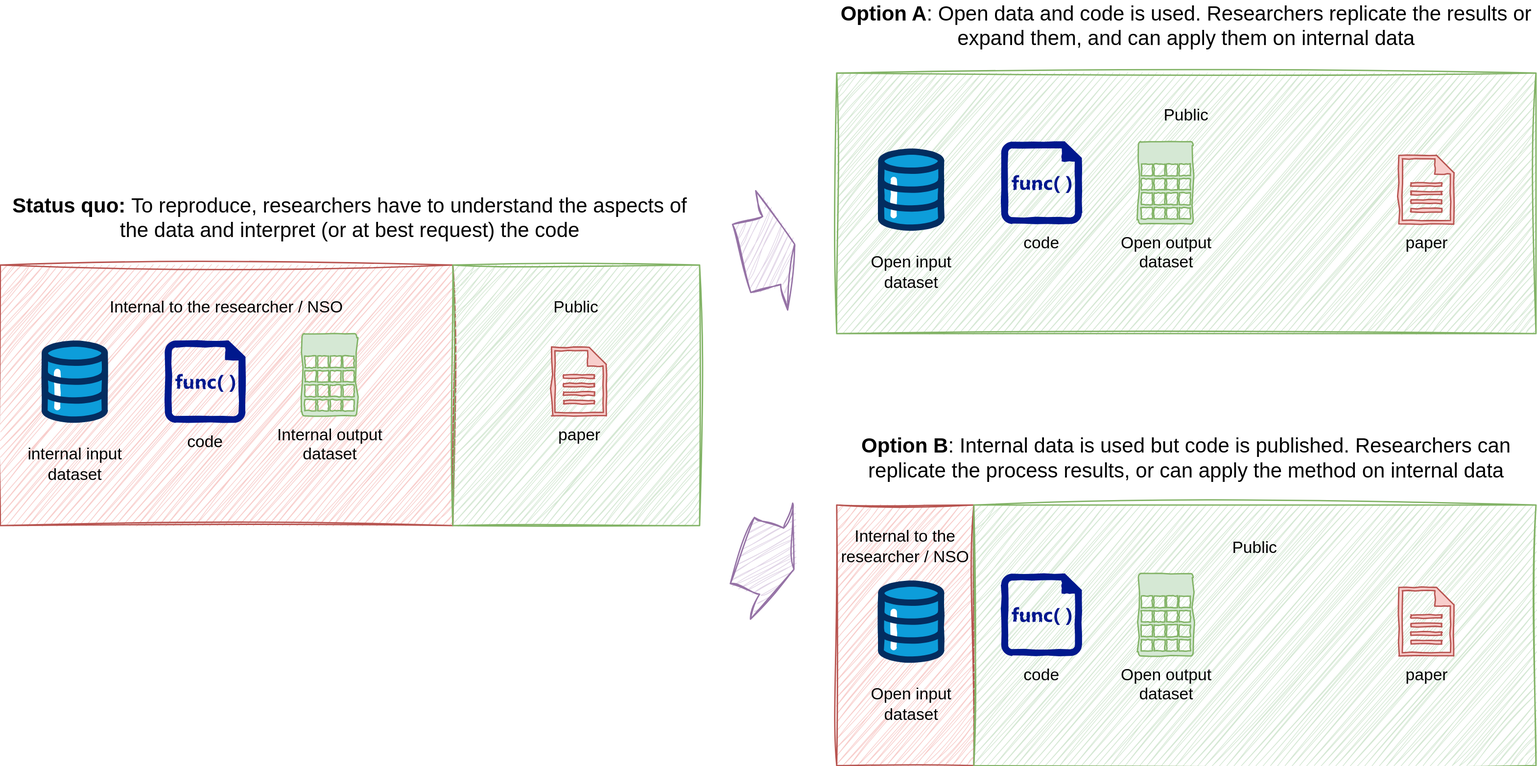
Above: docs/images/reserarch-objects-shifting-the-paradigm.svg in UN-Task-Team-for-Scanner-Data/reproducibility-project (draw.io), before the change. Source tidied: cells renumbered, new cells last; positions are measured from the earlier drawing's top-left corner, leaving out a move shared by most shapes.
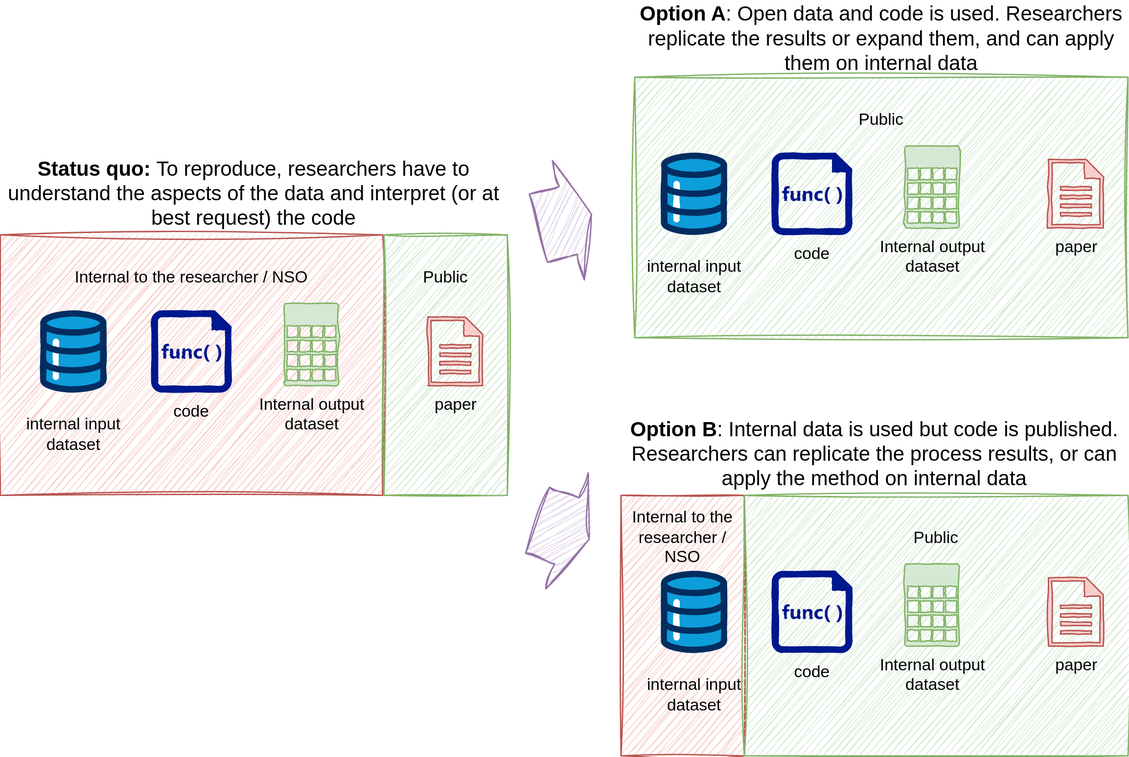
Later version of the same file.

Diff of the diagram source:
```diff
@@ -2,71 +2,71 @@
   <root>
     <mxCell id="0" />
     <mxCell id="1" parent="0" />
-    <mxCell id="2" value="Internal to the researcher / NSO&lt;div&gt;&lt;br&gt;&lt;/div&gt;&lt;div&gt;&lt;br&gt;&lt;/div&gt;&lt;div&gt;&lt;br&gt;&lt;/div&gt;&lt;div&gt;&lt;br&gt;&lt;/div&gt;&lt;div&gt;&lt;br&gt;&lt;/div&gt;&lt;div&gt;&lt;br&gt;&lt;/div&gt;&lt;div&gt;&lt;br&gt;&lt;/div&gt;&lt;div&gt;&lt;br&gt;&lt;/div&gt;&lt;div&gt;&lt;br&gt;&lt;/div&gt;" style="rounded=0;whiteSpace=wrap;html=1;fillColor=#f8cecc;strokeColor=#b85450;sketch=1;curveFitting=1;jiggle=2;sketchStyle=rough;" parent="1" vertex="1">
-      <mxGeometry x="610" y="365" width="100" height="190" as="geometry" />
-    </mxCell>
     <mxCell id="3" value="Internal to the researcher / NSO&lt;div&gt;&lt;br&gt;&lt;/div&gt;&lt;div&gt;&lt;br&gt;&lt;/div&gt;&lt;div&gt;&lt;br&gt;&lt;/div&gt;&lt;div&gt;&lt;br&gt;&lt;/div&gt;&lt;div&gt;&lt;br&gt;&lt;/div&gt;&lt;div&gt;&lt;br&gt;&lt;/div&gt;&lt;div&gt;&lt;br&gt;&lt;/div&gt;&lt;div&gt;&lt;br&gt;&lt;/div&gt;&lt;div&gt;&lt;br&gt;&lt;/div&gt;" style="rounded=0;whiteSpace=wrap;html=1;fillColor=#f8cecc;strokeColor=#b85450;sketch=1;curveFitting=1;jiggle=2;sketchStyle=rough;" parent="1" vertex="1">
-      <mxGeometry y="190" width="330" height="190" as="geometry" />
+      <mxGeometry x="157" y="190" width="279" height="190" as="geometry" />
     </mxCell>
     <mxCell id="4" value="Public&lt;div&gt;&lt;br&gt;&lt;/div&gt;&lt;div&gt;&lt;br&gt;&lt;/div&gt;&lt;div&gt;&lt;br&gt;&lt;/div&gt;&lt;div&gt;&lt;br&gt;&lt;/div&gt;&lt;div&gt;&lt;br&gt;&lt;/div&gt;&lt;div&gt;&lt;br&gt;&lt;/div&gt;&lt;div&gt;&lt;br&gt;&lt;/div&gt;&lt;div&gt;&lt;br&gt;&lt;/div&gt;&lt;div&gt;&lt;br&gt;&lt;/div&gt;" style="rounded=0;whiteSpace=wrap;html=1;fillColor=#d5e8d4;strokeColor=#82b366;sketch=1;curveFitting=1;jiggle=2;sketchStyle=rough;" parent="1" vertex="1">
-      <mxGeometry x="330" y="190" width="180" height="190" as="geometry" />
+      <mxGeometry x="437" y="190" width="90" height="190" as="geometry" />
     </mxCell>
     <mxCell id="5" value="paper" style="shadow=0;dashed=0;html=1;strokeColor=#b85450;labelPosition=center;verticalLabelPosition=bottom;verticalAlign=top;align=center;fillColor=#f8cecc;shape=mxgraph.mscae.enterprise.document;sketch=1;curveFitting=1;jiggle=2;sketchStyle=comic;" parent="1" vertex="1">
-      <mxGeometry x="402" y="250" width="40" height="50" as="geometry" />
+      <mxGeometry x="469" y="250" width="40" height="50" as="geometry" />
     </mxCell>
     <mxCell id="6" value="code" style="shadow=0;dashed=0;html=1;strokeColor=none;labelPosition=center;verticalLabelPosition=bottom;verticalAlign=top;align=center;fillColor=#00188D;shape=mxgraph.mscae.enterprise.code_file;sketch=1;curveFitting=1;jiggle=2;sketchStyle=comic;" parent="1" vertex="1">
-      <mxGeometry x="120" y="245" width="58.8" height="60" as="geometry" />
+      <mxGeometry x="267" y="245" width="58.8" height="60" as="geometry" />
     </mxCell>
     <mxCell id="7" value="internal input &lt;br&gt;dataset" style="verticalLabelPosition=bottom;html=1;shape=mxgraph.salesforce.data;sketch=1;curveFitting=1;jiggle=2;sketchStyle=comic;" parent="1" vertex="1">
-      <mxGeometry x="30" y="245" width="48.6" height="60" as="geometry" />
+      <mxGeometry x="186" y="245" width="48.6" height="60" as="geometry" />
     </mxCell>
     <mxCell id="8" value="Internal output &lt;br&gt;dataset" style="verticalLabelPosition=bottom;html=1;verticalAlign=top;align=center;strokeColor=#82b366;fillColor=#d5e8d4;shape=mxgraph.azure.storage;sketch=1;curveFitting=1;jiggle=2;sketchStyle=comic;" parent="1" vertex="1">
-      <mxGeometry x="220" y="240" width="40" height="60" as="geometry" />
+      <mxGeometry x="364" y="240" width="40" height="60" as="geometry" />
     </mxCell>
-    <mxCell id="9" value="Public&lt;div&gt;&lt;br&gt;&lt;/div&gt;&lt;div&gt;&lt;br&gt;&lt;/div&gt;&lt;div&gt;&lt;br&gt;&lt;/div&gt;&lt;div&gt;&lt;br&gt;&lt;/div&gt;&lt;div&gt;&lt;br&gt;&lt;/div&gt;&lt;div&gt;&lt;br&gt;&lt;/div&gt;&lt;div&gt;&lt;br&gt;&lt;/div&gt;&lt;div&gt;&lt;br&gt;&lt;/div&gt;&lt;div&gt;&lt;br&gt;&lt;/div&gt;" style="rounded=0;whiteSpace=wrap;html=1;fillColor=#d5e8d4;strokeColor=#82b366;sketch=1;curveFitting=1;jiggle=2;sketchStyle=rough;" parent="1" vertex="1">
-      <mxGeometry x="610" y="50" width="510" height="190" as="geometry" />
-    </mxCell>
-    <mxCell id="10" value="paper" style="shadow=0;dashed=0;html=1;strokeColor=#b85450;labelPosition=center;verticalLabelPosition=bottom;verticalAlign=top;align=center;fillColor=#f8cecc;shape=mxgraph.mscae.enterprise.document;sketch=1;curveFitting=1;jiggle=2;sketchStyle=comic;" parent="1" vertex="1">
-      <mxGeometry x="1020" y="110" width="40" height="50" as="geometry" />
-    </mxCell>
-    <mxCell id="11" value="code" style="shadow=0;dashed=0;html=1;strokeColor=none;labelPosition=center;verticalLabelPosition=bottom;verticalAlign=top;align=center;fillColor=#00188D;shape=mxgraph.mscae.enterprise.code_file;sketch=1;curveFitting=1;jiggle=2;sketchStyle=comic;" parent="1" vertex="1">
-      <mxGeometry x="730" y="100" width="58.8" height="60" as="geometry" />
-    </mxCell>
-    <mxCell id="12" value="Open input &lt;br&gt;dataset" style="verticalLabelPosition=bottom;html=1;shape=mxgraph.salesforce.data;sketch=1;curveFitting=1;jiggle=2;sketchStyle=comic;" parent="1" vertex="1">
-      <mxGeometry x="640" y="105" width="48.6" height="60" as="geometry" />
-    </mxCell>
-    <mxCell id="13" value="Open output &lt;br&gt;dataset" style="verticalLabelPosition=bottom;html=1;verticalAlign=top;align=center;strokeColor=#82b366;fillColor=#d5e8d4;shape=mxgraph.azure.storage;sketch=1;curveFitting=1;jiggle=2;sketchStyle=comic;" parent="1" vertex="1">
-      <mxGeometry x="830" y="100" width="40" height="60" as="geometry" />
-    </mxCell>
     <mxCell id="14" style="shape=singleArrow;whiteSpace=wrap;html=1;arrowWidth=0.5703708224826389;arrowSize=0.433331298828125;fillColor=#e1d5e7;strokeColor=#9673a6;sketch=1;curveFitting=1;jiggle=2;sketchStyle=rough;rotation=-15;" parent="1" vertex="1">
-      <mxGeometry x="540" y="135" width="40" height="90" as="geometry" />
+      <mxGeometry x="549" y="135" width="40" height="90" as="geometry" />
     </mxCell>
     <mxCell id="15" value="&lt;b&gt;Status quo: &lt;/b&gt;To reproduce, researchers have to understand the aspects of the data and interpret (or at best request) the code" style="text;html=1;align=center;verticalAlign=middle;whiteSpace=wrap;rounded=0;fontSize=15;" parent="1" vertex="1">
-      <mxGeometry y="140" width="510" height="30" as="geometry" />
+      <mxGeometry x="157" y="134" width="370" height="50" as="geometry" />
     </mxCell>
     <mxCell id="16" value="&lt;b&gt;Option A&lt;/b&gt;: Open data and code is used. Researchers replicate the results or expand them, and can apply them on internal data" style="text;html=1;align=center;verticalAlign=middle;whiteSpace=wrap;rounded=0;fontSize=15;" parent="1" vertex="1">
-      <mxGeometry x="610" width="510" height="30" as="geometry" />
+      <mxGeometry x="620" y="20" width="360" height="51" as="geometry" />
     </mxCell>
-    <mxCell id="17" value="Public&lt;div&gt;&lt;br&gt;&lt;/div&gt;&lt;div&gt;&lt;br&gt;&lt;/div&gt;&lt;div&gt;&lt;br&gt;&lt;/div&gt;&lt;div&gt;&lt;br&gt;&lt;/div&gt;&lt;div&gt;&lt;br&gt;&lt;/div&gt;&lt;div&gt;&lt;br&gt;&lt;/div&gt;&lt;div&gt;&lt;br&gt;&lt;/div&gt;&lt;div&gt;&lt;br&gt;&lt;/div&gt;&lt;div&gt;&lt;br&gt;&lt;/div&gt;" style="rounded=0;whiteSpace=wrap;html=1;fillColor=#d5e8d4;strokeColor=#82b366;sketch=1;curveFitting=1;jiggle=2;sketchStyle=rough;" parent="1" vertex="1">
-      <mxGeometry x="710" y="365" width="410" height="190" as="geometry" />
-    </mxCell>
-    <mxCell id="18" value="paper" style="shadow=0;dashed=0;html=1;strokeColor=#b85450;labelPosition=center;verticalLabelPosition=bottom;verticalAlign=top;align=center;fillColor=#f8cecc;shape=mxgraph.mscae.enterprise.document;sketch=1;curveFitting=1;jiggle=2;sketchStyle=comic;" parent="1" vertex="1">
-      <mxGeometry x="1020" y="425" width="40" height="50" as="geometry" />
-    </mxCell>
-    <mxCell id="19" value="code" style="shadow=0;dashed=0;html=1;strokeColor=none;labelPosition=center;verticalLabelPosition=bottom;verticalAlign=top;align=center;fillColor=#00188D;shape=mxgraph.mscae.enterprise.code_file;sketch=1;curveFitting=1;jiggle=2;sketchStyle=comic;" parent="1" vertex="1">
-      <mxGeometry x="730" y="415" width="58.8" height="60" as="geometry" />
-    </mxCell>
-    <mxCell id="20" value="Open input &lt;br&gt;dataset" style="verticalLabelPosition=bottom;html=1;shape=mxgraph.salesforce.data;sketch=1;curveFitting=1;jiggle=2;sketchStyle=comic;" parent="1" vertex="1">
-      <mxGeometry x="640" y="420" width="48.6" height="60" as="geometry" />
-    </mxCell>
-    <mxCell id="21" value="Open output &lt;br&gt;dataset" style="verticalLabelPosition=bottom;html=1;verticalAlign=top;align=center;strokeColor=#82b366;fillColor=#d5e8d4;shape=mxgraph.azure.storage;sketch=1;curveFitting=1;jiggle=2;sketchStyle=comic;" parent="1" vertex="1">
-      <mxGeometry x="830" y="415" width="40" height="60" as="geometry" />
-    </mxCell>
     <mxCell id="22" value="&lt;b&gt;Option B&lt;/b&gt;: Internal data is used but code is published. Researchers can replicate the process results, or can apply the method on internal data" style="text;html=1;align=center;verticalAlign=middle;whiteSpace=wrap;rounded=0;fontSize=15;" parent="1" vertex="1">
-      <mxGeometry x="610" y="315" width="510" height="30" as="geometry" />
+      <mxGeometry x="610" y="319" width="370" height="60" as="geometry" />
     </mxCell>
     <mxCell id="23" style="shape=singleArrow;whiteSpace=wrap;html=1;arrowWidth=0.5703708224826389;arrowSize=0.433331298828125;fillColor=#e1d5e7;strokeColor=#9673a6;sketch=1;curveFitting=1;jiggle=2;sketchStyle=rough;rotation=20;" parent="1" vertex="1">
-      <mxGeometry x="540" y="360" width="40" height="90" as="geometry" />
+      <mxGeometry x="548" y="360" width="40" height="90" as="geometry" />
     </mxCell>
+    <mxCell id="24" value="Public&lt;div&gt;&lt;br&gt;&lt;/div&gt;&lt;div&gt;&lt;br&gt;&lt;/div&gt;&lt;div&gt;&lt;br&gt;&lt;/div&gt;&lt;div&gt;&lt;br&gt;&lt;/div&gt;&lt;div&gt;&lt;br&gt;&lt;/div&gt;&lt;div&gt;&lt;br&gt;&lt;/div&gt;&lt;div&gt;&lt;br&gt;&lt;/div&gt;&lt;div&gt;&lt;br&gt;&lt;/div&gt;&lt;div&gt;&lt;br&gt;&lt;/div&gt;" style="rounded=0;whiteSpace=wrap;html=1;fillColor=#d5e8d4;strokeColor=#82b366;sketch=1;curveFitting=1;jiggle=2;sketchStyle=rough;" parent="1" vertex="1">
+      <mxGeometry x="620" y="75" width="360" height="190" as="geometry" />
+    </mxCell>
+    <mxCell id="25" value="paper" style="shadow=0;dashed=0;html=1;strokeColor=#b85450;labelPosition=center;verticalLabelPosition=bottom;verticalAlign=top;align=center;fillColor=#f8cecc;shape=mxgraph.mscae.enterprise.document;sketch=1;curveFitting=1;jiggle=2;sketchStyle=comic;" parent="1" vertex="1">
+      <mxGeometry x="922" y="135" width="40" height="50" as="geometry" />
+    </mxCell>
+    <mxCell id="26" value="code" style="shadow=0;dashed=0;html=1;strokeColor=none;labelPosition=center;verticalLabelPosition=bottom;verticalAlign=top;align=center;fillColor=#00188D;shape=mxgraph.mscae.enterprise.code_file;sketch=1;curveFitting=1;jiggle=2;sketchStyle=comic;" parent="1" vertex="1">
+      <mxGeometry x="720" y="130" width="58.8" height="60" as="geometry" />
+    </mxCell>
+    <mxCell id="27" value="internal input &lt;br&gt;dataset" style="verticalLabelPosition=bottom;html=1;shape=mxgraph.salesforce.data;sketch=1;curveFitting=1;jiggle=2;sketchStyle=comic;" parent="1" vertex="1">
+      <mxGeometry x="639" y="130" width="48.6" height="60" as="geometry" />
+    </mxCell>
+    <mxCell id="28" value="Internal output &lt;br&gt;dataset" style="verticalLabelPosition=bottom;html=1;verticalAlign=top;align=center;strokeColor=#82b366;fillColor=#d5e8d4;shape=mxgraph.azure.storage;sketch=1;curveFitting=1;jiggle=2;sketchStyle=comic;" parent="1" vertex="1">
+      <mxGeometry x="817" y="125" width="40" height="60" as="geometry" />
+    </mxCell>
+    <mxCell id="2" value="Internal to the researcher / NSO&lt;div&gt;&lt;br&gt;&lt;/div&gt;&lt;div&gt;&lt;br&gt;&lt;/div&gt;&lt;div&gt;&lt;br&gt;&lt;/div&gt;&lt;div&gt;&lt;br&gt;&lt;/div&gt;&lt;div&gt;&lt;br&gt;&lt;/div&gt;&lt;div&gt;&lt;br&gt;&lt;/div&gt;&lt;div&gt;&lt;br&gt;&lt;/div&gt;&lt;div&gt;&lt;br&gt;&lt;/div&gt;&lt;div&gt;&lt;br&gt;&lt;/div&gt;" style="rounded=0;whiteSpace=wrap;html=1;fillColor=#f8cecc;strokeColor=#b85450;sketch=1;curveFitting=1;jiggle=2;sketchStyle=rough;" parent="1" vertex="1">
+      <mxGeometry x="610" y="380" width="90" height="190" as="geometry" />
+    </mxCell>
+    <mxCell id="29" value="Public&lt;div&gt;&lt;br&gt;&lt;/div&gt;&lt;div&gt;&lt;br&gt;&lt;/div&gt;&lt;div&gt;&lt;br&gt;&lt;/div&gt;&lt;div&gt;&lt;br&gt;&lt;/div&gt;&lt;div&gt;&lt;br&gt;&lt;/div&gt;&lt;div&gt;&lt;br&gt;&lt;/div&gt;&lt;div&gt;&lt;br&gt;&lt;/div&gt;&lt;div&gt;&lt;br&gt;&lt;/div&gt;&lt;div&gt;&lt;br&gt;&lt;/div&gt;" style="rounded=0;whiteSpace=wrap;html=1;fillColor=#d5e8d4;strokeColor=#82b366;sketch=1;curveFitting=1;jiggle=2;sketchStyle=rough;" parent="1" vertex="1">
+      <mxGeometry x="700" y="380" width="280" height="190" as="geometry" />
+    </mxCell>
+    <mxCell id="30" value="paper" style="shadow=0;dashed=0;html=1;strokeColor=#b85450;labelPosition=center;verticalLabelPosition=bottom;verticalAlign=top;align=center;fillColor=#f8cecc;shape=mxgraph.mscae.enterprise.document;sketch=1;curveFitting=1;jiggle=2;sketchStyle=comic;" parent="1" vertex="1">
+      <mxGeometry x="922" y="440" width="40" height="50" as="geometry" />
+    </mxCell>
+    <mxCell id="31" value="code" style="shadow=0;dashed=0;html=1;strokeColor=none;labelPosition=center;verticalLabelPosition=bottom;verticalAlign=top;align=center;fillColor=#00188D;shape=mxgraph.mscae.enterprise.code_file;sketch=1;curveFitting=1;jiggle=2;sketchStyle=comic;" parent="1" vertex="1">
+      <mxGeometry x="720" y="435" width="58.8" height="60" as="geometry" />
+    </mxCell>
+    <mxCell id="32" value="internal input &lt;br&gt;dataset" style="verticalLabelPosition=bottom;html=1;shape=mxgraph.salesforce.data;sketch=1;curveFitting=1;jiggle=2;sketchStyle=comic;" parent="1" vertex="1">
+      <mxGeometry x="639" y="435" width="48.6" height="60" as="geometry" />
+    </mxCell>
+    <mxCell id="33" value="Internal output &lt;br&gt;dataset" style="verticalLabelPosition=bottom;html=1;verticalAlign=top;align=center;strokeColor=#82b366;fillColor=#d5e8d4;shape=mxgraph.azure.storage;sketch=1;curveFitting=1;jiggle=2;sketchStyle=comic;" parent="1" vertex="1">
+      <mxGeometry x="817" y="430" width="40" height="60" as="geometry" />
+    </mxCell>
   </root>
 </mxGraphModel>
```
